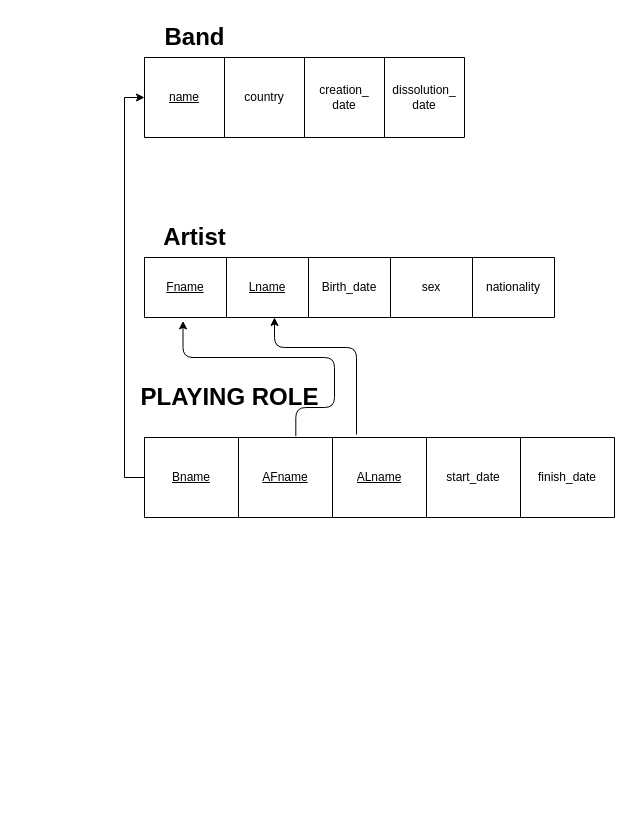
This is Untitled Diagram.drawio from ParnianJR/pjr2, a draw.io file, before an edit. Source tidied: cells renumbered, new cells numbered last; positions are measured from the earlier drawing's top-left corner, leaving out a move shared by most shapes. Both pictures are drawn from the tidied source at 100%, with x=0, y=0 at pixel (144, 17).
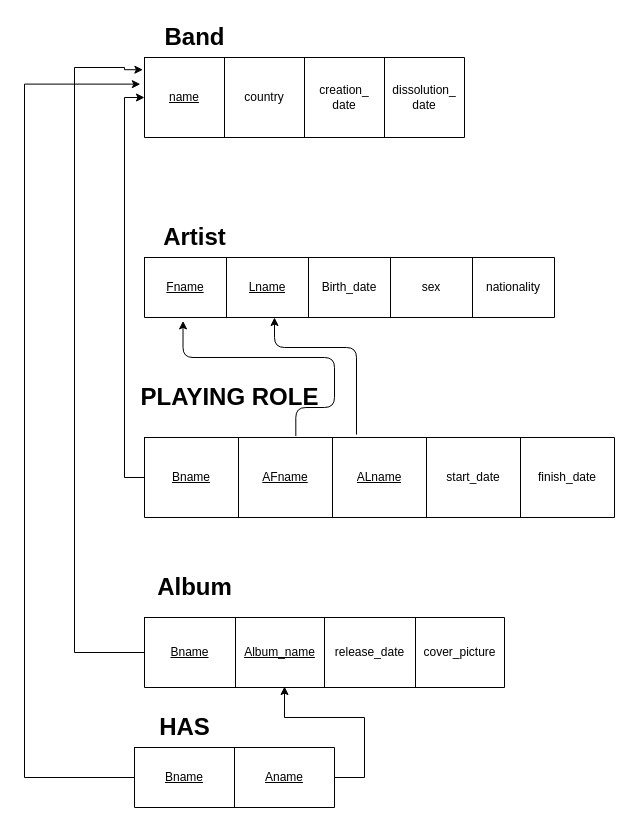
The same page after the edit.

The change refers to these unchanged cells:
```xml
<mxCell id="3" style="shape=partialRectangle;html=1;whiteSpace=wrap;fillColor=none;top=0;left=0;bottom=0;right=0;points=[[0,0.5],[1,0.5]];portConstraint=eastwest;" parent="2" vertex="1">
  <mxGeometry width="320" height="80" as="geometry" />
</mxCell>
```

What changed in the source:
```diff
@@
+    <mxCell id="28" style="shape=table;html=1;whiteSpace=wrap;startSize=0;childLayout=tableLayout;" parent="1" vertex="1">
+      <mxGeometry y="600" width="360" height="70" as="geometry" />
+    </mxCell>
+    <mxCell id="29" style="shape=partialRectangle;html=1;whiteSpace=wrap;fillColor=none;top=0;left=0;bottom=0;right=0;points=[[0,0.5],[1,0.5]];portConstraint=eastwest;" parent="28" vertex="1">
+      <mxGeometry width="360" height="70" as="geometry" />
+    </mxCell>
+    <mxCell id="30" value="&lt;u&gt;Bname&lt;/u&gt;" style="shape=partialRectangle;html=1;whiteSpace=wrap;overflow=hidden;fillColor=none;top=0;left=0;bottom=0;right=0;" parent="29" vertex="1">
+      <mxGeometry width="91" height="70" as="geometry" />
+    </mxCell>
+    <mxCell id="31" value="&lt;u&gt;Album_name&lt;/u&gt;" style="shape=partialRectangle;html=1;whiteSpace=wrap;overflow=hidden;fillColor=none;top=0;left=0;bottom=0;right=0;" parent="29" vertex="1">
+      <mxGeometry x="91" width="89" height="70" as="geometry" />
+    </mxCell>
+    <mxCell id="32" value="release_date" style="shape=partialRectangle;html=1;whiteSpace=wrap;overflow=hidden;fillColor=none;top=0;left=0;bottom=0;right=0;" parent="29" vertex="1">
+      <mxGeometry x="180" width="91" height="70" as="geometry" />
+    </mxCell>
+    <mxCell id="33" value="cover_picture" style="shape=partialRectangle;html=1;whiteSpace=wrap;overflow=hidden;fillColor=none;top=0;left=0;bottom=0;right=0;" parent="29" vertex="1">
+      <mxGeometry x="271" width="89" height="70" as="geometry" />
+    </mxCell>
+    <mxCell id="34" value="Album" style="text;strokeColor=none;fillColor=none;html=1;fontSize=24;fontStyle=1;verticalAlign=middle;align=center;" parent="1" vertex="1">
+      <mxGeometry y="550" width="100" height="40" as="geometry" />
+    </mxCell>
+    <mxCell id="35" style="edgeStyle=orthogonalEdgeStyle;rounded=0;jettySize=auto;html=1;entryX=-0.005;entryY=0.153;entryDx=0;entryDy=0;entryPerimeter=0;" parent="1" edge="1" source="29" target="3">
+      <mxGeometry relative="1" as="geometry">
+        <Array as="points">
+          <mxPoint x="-70" y="635" />
+          <mxPoint x="-70" y="50" />
+          <mxPoint x="-20" y="50" />
+          <mxPoint x="-20" y="52" />
+        </Array>
+      </mxGeometry>
+    </mxCell>
+    <mxCell id="36" style="edgeStyle=orthogonalEdgeStyle;rounded=0;jettySize=auto;html=1;entryX=0.389;entryY=0.986;entryDx=0;entryDy=0;entryPerimeter=0;" parent="1" edge="1" source="37" target="29">
+      <mxGeometry relative="1" as="geometry">
+        <Array as="points">
+          <mxPoint x="220" y="760" />
+          <mxPoint x="220" y="700" />
+          <mxPoint x="140" y="700" />
+        </Array>
+      </mxGeometry>
+    </mxCell>
+    <mxCell id="37" style="shape=table;html=1;whiteSpace=wrap;startSize=0;childLayout=tableLayout;" parent="1" vertex="1">
+      <mxGeometry x="-10" y="730" width="200" height="60" as="geometry" />
+    </mxCell>
+    <mxCell id="38" style="shape=partialRectangle;html=1;whiteSpace=wrap;fillColor=none;top=0;left=0;bottom=0;right=0;points=[[0,0.5],[1,0.5]];portConstraint=eastwest;" parent="37" vertex="1">
+      <mxGeometry width="200" height="60" as="geometry" />
+    </mxCell>
+    <mxCell id="39" value="&lt;u&gt;Bname&lt;/u&gt;" style="shape=partialRectangle;html=1;whiteSpace=wrap;overflow=hidden;fillColor=none;top=0;left=0;bottom=0;right=0;" parent="38" vertex="1">
+      <mxGeometry width="100" height="60" as="geometry" />
+    </mxCell>
+    <mxCell id="40" value="&lt;u&gt;Aname&lt;/u&gt;" style="shape=partialRectangle;html=1;whiteSpace=wrap;overflow=hidden;fillColor=none;top=0;left=0;bottom=0;right=0;" parent="38" vertex="1">
+      <mxGeometry x="100" width="100" height="60" as="geometry" />
+    </mxCell>
+    <mxCell id="41" style="edgeStyle=orthogonalEdgeStyle;rounded=0;jettySize=auto;html=1;entryX=-0.013;entryY=0.333;entryDx=0;entryDy=0;entryPerimeter=0;" parent="1" edge="1" source="38" target="3">
+      <mxGeometry relative="1" as="geometry">
+        <Array as="points">
+          <mxPoint x="-120" y="760" />
+          <mxPoint x="-120" y="67" />
+        </Array>
+      </mxGeometry>
+    </mxCell>
+    <mxCell id="42" value="HAS" style="text;strokeColor=none;fillColor=none;html=1;fontSize=24;fontStyle=1;verticalAlign=middle;align=center;" parent="1" vertex="1">
+      <mxGeometry x="-10" y="690" width="100" height="40" as="geometry" />
+    </mxCell>
```
